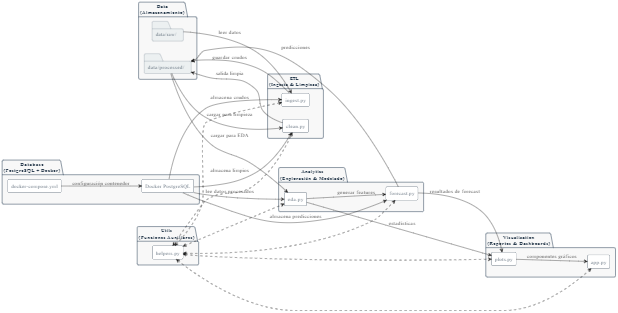
Above: docs/images/package_diagram.png in Ares-Infenus/Retail_Sales_Trend_Analysis (PlantUML), before the change. Its source is kept beside it as docs/diagrams/package_diagram.puml.
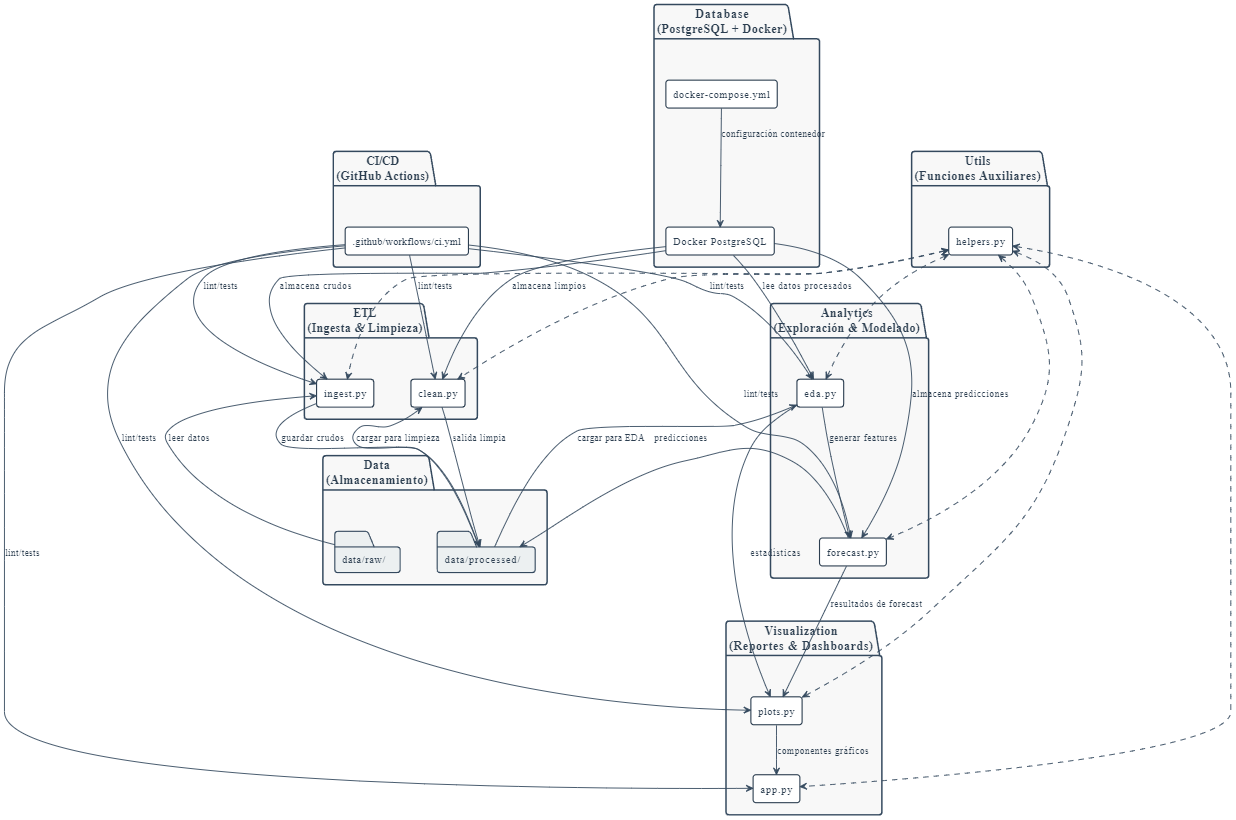
The same diagram one commit later.

Commit message:
feat(diagramas): actualizar diagramas de actividades y paquetes para incluir el proceso de integración y despliegue continuo (I/CD) con GitHub Actions para testeo

Diff of the diagram source:
```diff
@@ -7,19 +7,37 @@
 
 skinparam packageBackgroundColor #F8F8F8
 skinparam packageBorderColor #34495E
+skinparam packageBorderThickness 2
 skinparam packageFontColor #2C3E50
+skinparam packageFontSize 16
+skinparam packagePadding 20
 
 skinparam componentBackgroundColor #FFFFFF
 skinparam componentBorderColor #2C3E50
+skinparam componentBorderThickness 1.5
 skinparam componentFontColor #2C3E50
+skinparam componentFontSize 14
+skinparam componentPadding 15
 skinparam componentStyle rectangle
 
 skinparam folderBackgroundColor #ECF0F1
 skinparam folderBorderColor #34495E
+skinparam folderBorderThickness 1.5
 skinparam folderFontColor #2C3E50
 
-left to right direction
+skinparam nodesep 50
+skinparam ranksep 50
 
+skinparam ArrowColor #34495E
+skinparam ArrowFontColor #2C3E50
+skinparam ArrowFontSize 12
+skinparam arrowThickness 1.2
+
+top to bottom direction
+
+package "CI/CD\n(GitHub Actions)" as CICD {
+  component ".github/workflows/ci.yml" as CIConfig
+}
 
 package "Data\n(Almacenamiento)" as Data {
   folder "data/raw/"       as RawData
@@ -50,22 +68,22 @@
   component "helpers.py" as Helpers
 }
 
-RawData       --> Ingest       : leer datos
-Ingest        --> ProcData     : guardar crudos
-ProcData      --> Clean        : cargar para limpieza
-Clean         --> ProcData     : salida limpia
-ProcData      --> EDA          : cargar para EDA
-EDA           --> Modeling     : generar features
-Modeling      --> ProcData     : predicciones
-EDA           --> Plots        : estadísticas
-Modeling      --> Plots        : resultados de forecast
-Plots         --> DashboardApp : componentes gráficos
+RawData --> Ingest : leer datos
+Ingest --> ProcData : guardar crudos
+ProcData --> Clean : cargar para limpieza
+Clean --> ProcData : salida limpia
+ProcData --> EDA : cargar para EDA
+EDA --> Modeling : generar features
+Modeling --> ProcData : predicciones
+EDA --> Plots : estadísticas
+Modeling --> Plots : resultados de forecast
+Plots --> DashboardApp : componentes gráficos
 
-DockerPostgres --> Ingest    : almacena crudos
-DockerPostgres --> Clean     : almacena limpios
-DockerPostgres --> EDA       : lee datos procesados
-DockerPostgres --> Modeling  : almacena predicciones
-DockerCompose  --> DockerPostgres : configuración contenedor
+DockerPostgres --> Ingest : almacena crudos
+DockerPostgres --> Clean : almacena limpios
+DockerPostgres --> EDA : lee datos procesados
+DockerPostgres --> Modeling : almacena predicciones
+DockerCompose --> DockerPostgres : configuración contenedor
 
 Helpers <..> Ingest
 Helpers <..> Clean
@@ -73,4 +91,11 @@
 Helpers <..> Modeling
 Helpers <..> Plots
 Helpers <..> DashboardApp
+
+CIConfig --> Ingest : lint/tests
+CIConfig --> Clean : lint/tests
+CIConfig --> EDA : lint/tests
+CIConfig --> Modeling : lint/tests
+CIConfig --> Plots : lint/tests
+CIConfig --> DashboardApp : lint/tests
 @enduml
```
